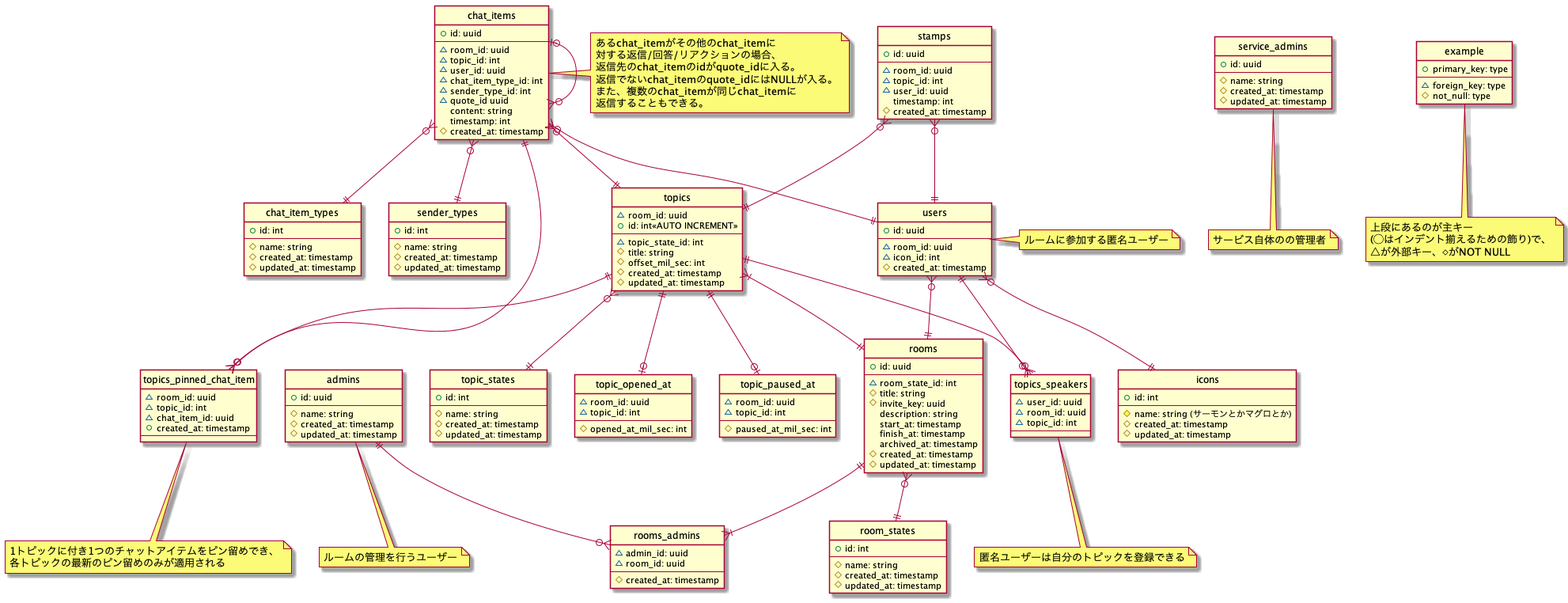
Earlier version of the PlantUML export doc/ER/ER_logic.png (osushi-academy/sushi-chat).
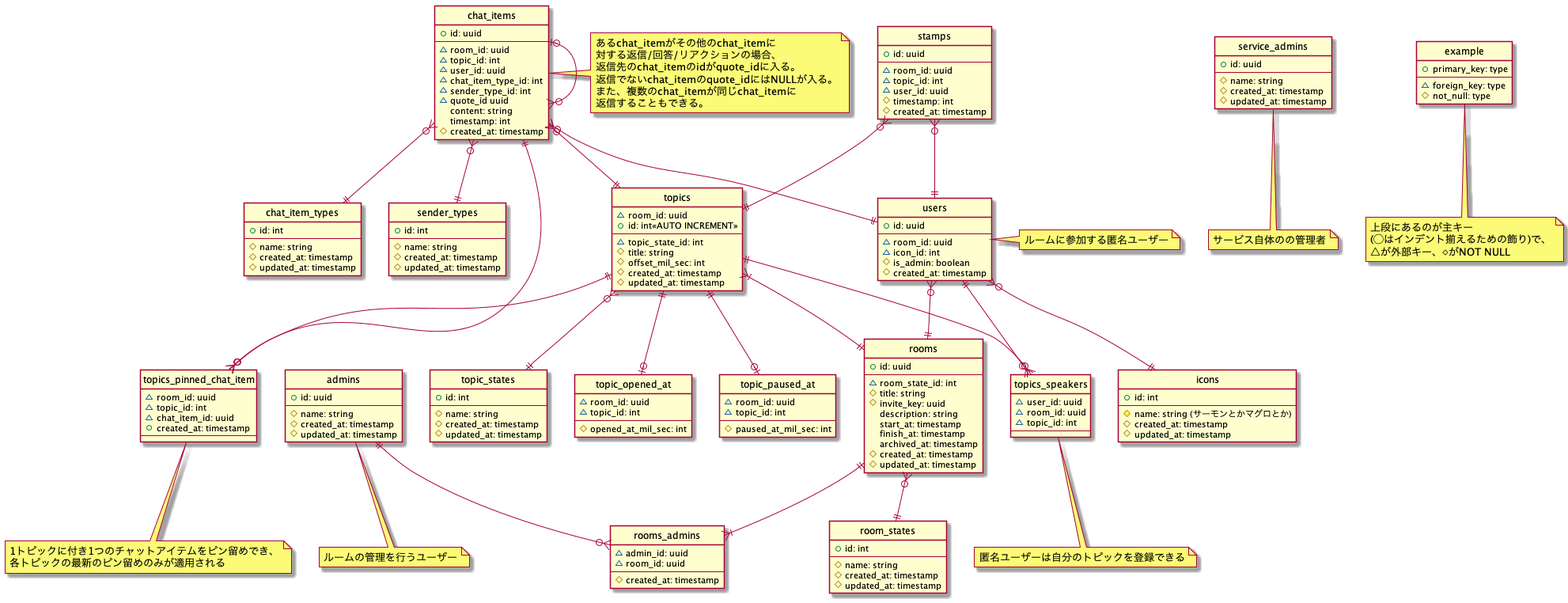
The same diagram one commit later.

Diff of the diagram source:
```diff
@@ -8,6 +8,7 @@
     --
     ~room_id: uuid
     ~icon_id: int
+    #is_admin: boolean
     #created_at: timestamp
 }
 note right: ルームに参加する匿名ユーザー
@@ -164,7 +165,7 @@
     ~room_id: uuid
     ~topic_id: int
     ~user_id: uuid
-    timestamp: int
+    #timestamp: int
     #created_at: timestamp
 }
 
```
